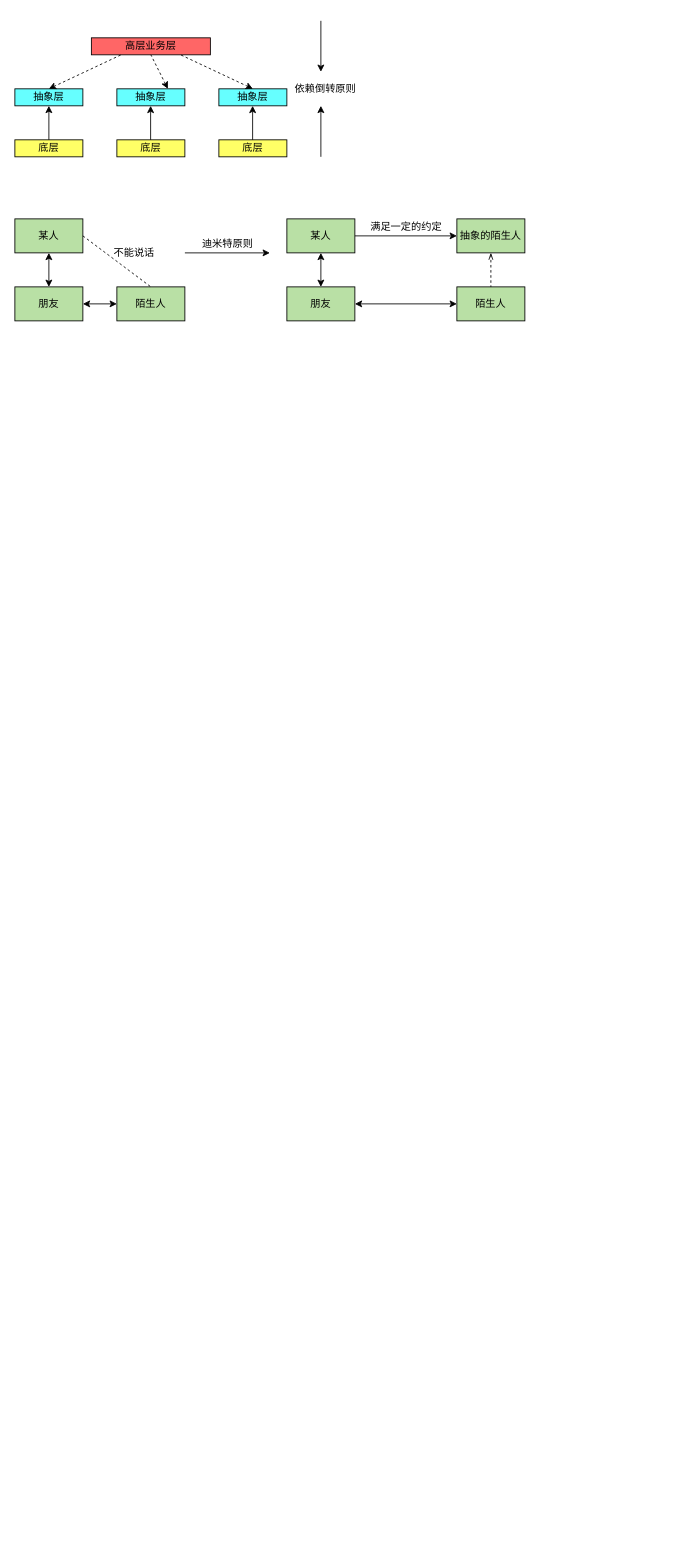
JohnJeep/Learning-CS-Journey keeps this draw.io diagram as DesignPattern/设计模式.drawio. Above is the earlier version. Source tidied: cells renumbered, new cells numbered last; positions are measured from the earlier drawing's top-left corner, leaving out a move shared by most shapes. Both pictures are drawn from the tidied source at 85%, with x=0, y=0 at pixel (14, 20).
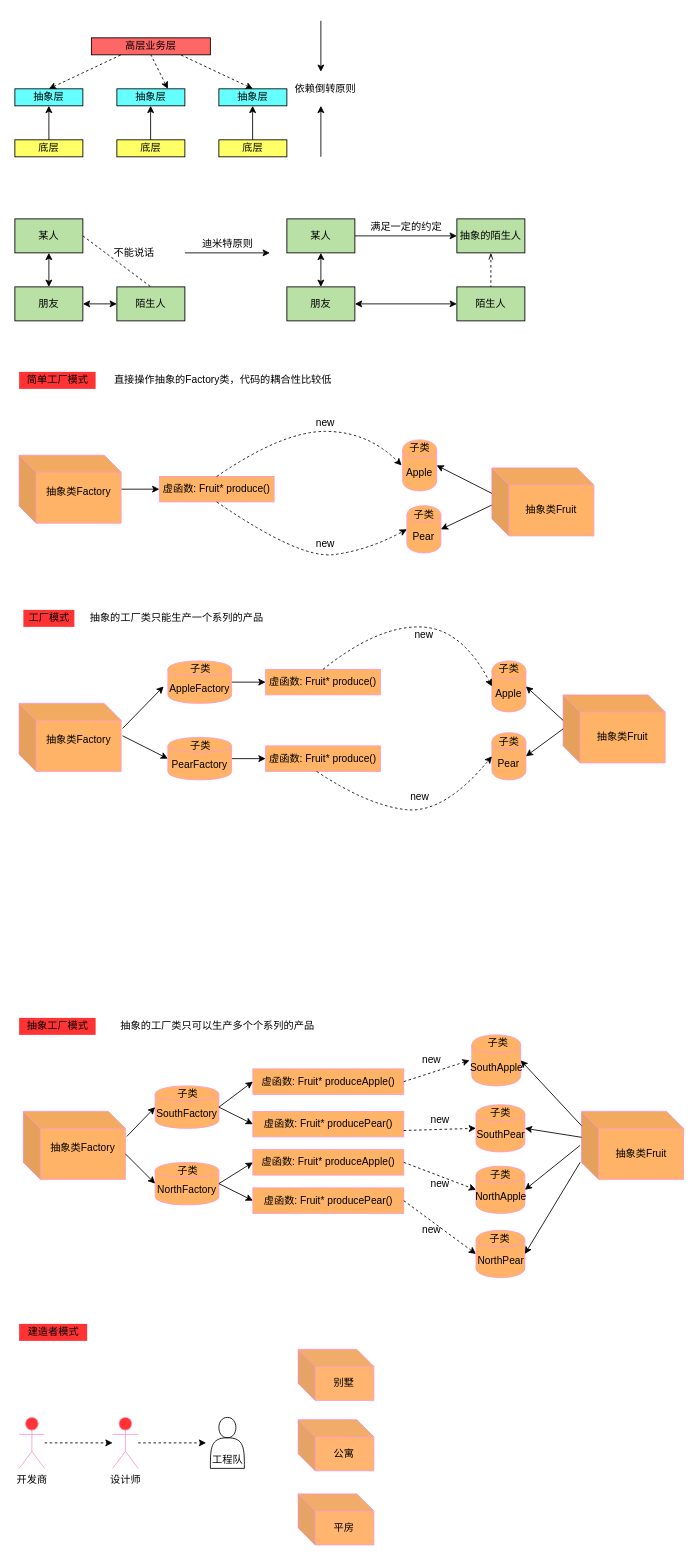
After the change.

The edit, as a diff of the source:
```diff
@@
+    <mxCell id="37" value="简单工厂模式" style="text;html=1;align=center;verticalAlign=middle;fillColor=#FF3333;" parent="1" vertex="1">
+      <mxGeometry x="5" y="413" width="90" height="20" as="geometry" />
+    </mxCell>
+    <mxCell id="38" value="抽象类Fruit" style="shape=cube;whiteSpace=wrap;html=1;boundedLbl=1;backgroundOutline=1;darkOpacity=0.05;darkOpacity2=0.1;fillColor=#FFB366;shadow=0;strokeColor=#FF99CC;" parent="1" vertex="1">
+      <mxGeometry x="561.2" y="526" width="120" height="80" as="geometry" />
+    </mxCell>
+    <mxCell id="39" value="Apple" style="shape=cylinder;whiteSpace=wrap;html=1;boundedLbl=1;backgroundOutline=1;shadow=0;strokeColor=#FF99CC;fillColor=#FFB366;" parent="1" vertex="1">
+      <mxGeometry x="456.2" y="493" width="40" height="60" as="geometry" />
+    </mxCell>
+    <mxCell id="40" value="Pear" style="shape=cylinder;whiteSpace=wrap;html=1;boundedLbl=1;backgroundOutline=1;shadow=0;strokeColor=#FF99CC;fillColor=#FFB366;" parent="1" vertex="1">
+      <mxGeometry x="461.2" y="570.5" width="40" height="55.5" as="geometry" />
+    </mxCell>
+    <mxCell id="41" style="endArrow=classic;html=1;entryX=1;entryY=0.5;entryDx=0;entryDy=0;exitX=0;exitY=0;exitDx=0;exitDy=30;exitPerimeter=0;" parent="1" edge="1" source="38" target="39">
+      <mxGeometry relative="1" as="geometry" />
+    </mxCell>
+    <mxCell id="42" style="endArrow=classic;html=1;exitX=-0.003;exitY=0.548;exitDx=0;exitDy=0;exitPerimeter=0;entryX=1;entryY=0.5;entryDx=0;entryDy=0;" parent="1" edge="1" source="38" target="40">
+      <mxGeometry relative="1" as="geometry" />
+    </mxCell>
+    <mxCell id="43" style="edgeStyle=orthogonalEdgeStyle;rounded=0;jettySize=auto;html=1;" parent="1" edge="1" source="44" target="66">
+      <mxGeometry relative="1" as="geometry" />
+    </mxCell>
+    <mxCell id="44" value="抽象类Factory&lt;br&gt;&lt;div&gt;&lt;br&gt;&lt;/div&gt;" style="shape=cube;whiteSpace=wrap;html=1;boundedLbl=1;backgroundOutline=1;darkOpacity=0.05;darkOpacity2=0.1;fillColor=#FFB366;shadow=0;strokeColor=#FF99CC;" parent="1" vertex="1">
+      <mxGeometry x="5" y="511" width="120" height="80" as="geometry" />
+    </mxCell>
+    <mxCell id="45" value="&lt;div style=&quot;text-align: justify&quot;&gt;&lt;br&gt;&lt;/div&gt;" style="text;html=1;align=center;verticalAlign=middle;spacingTop=0;spacing=5;" parent="1" vertex="1">
+      <mxGeometry x="451.2" y="568" width="30" height="30" as="geometry" />
+    </mxCell>
+    <mxCell id="46" value="new" style="text;html=1;align=center;verticalAlign=middle;" parent="1" vertex="1">
+      <mxGeometry x="345" y="463" width="40" height="20" as="geometry" />
+    </mxCell>
+    <mxCell id="47" value="new" style="text;html=1;align=center;verticalAlign=middle;" parent="1" vertex="1">
+      <mxGeometry x="345" y="606" width="40" height="20" as="geometry" />
+    </mxCell>
+    <mxCell id="48" value="工厂模式" style="text;html=1;align=center;verticalAlign=middle;fillColor=#FF3333;" parent="1" vertex="1">
+      <mxGeometry x="10" y="693" width="60" height="20" as="geometry" />
+    </mxCell>
+    <mxCell id="49" value="抽象类Fruit" style="shape=cube;whiteSpace=wrap;html=1;boundedLbl=1;backgroundOutline=1;darkOpacity=0.05;darkOpacity2=0.1;fillColor=#FFB366;shadow=0;strokeColor=#FF99CC;" parent="1" vertex="1">
+      <mxGeometry x="645" y="793" width="120" height="80" as="geometry" />
+    </mxCell>
+    <mxCell id="50" value="Apple" style="shape=cylinder;whiteSpace=wrap;html=1;boundedLbl=1;backgroundOutline=1;shadow=0;strokeColor=#FF99CC;fillColor=#FFB366;" parent="1" vertex="1">
+      <mxGeometry x="561.2" y="753" width="40" height="60" as="geometry" />
+    </mxCell>
+    <mxCell id="51" value="Pear" style="shape=cylinder;whiteSpace=wrap;html=1;boundedLbl=1;backgroundOutline=1;shadow=0;strokeColor=#FF99CC;fillColor=#FFB366;" parent="1" vertex="1">
+      <mxGeometry x="561.2" y="837.5" width="40" height="55.5" as="geometry" />
+    </mxCell>
+    <mxCell id="52" value="直接操作抽象的Factory类，代码的耦合性比较低" style="text;html=1;align=left;verticalAlign=middle;" parent="1" vertex="1">
+      <mxGeometry x="115" y="413" width="270" height="20" as="geometry" />
+    </mxCell>
+    <mxCell id="53" value="抽象类Factory&lt;br&gt;&lt;div&gt;&lt;br&gt;&lt;/div&gt;" style="shape=cube;whiteSpace=wrap;html=1;boundedLbl=1;backgroundOutline=1;darkOpacity=0.05;darkOpacity2=0.1;fillColor=#FFB366;shadow=0;strokeColor=#FF99CC;" parent="1" vertex="1">
+      <mxGeometry x="5" y="803" width="120" height="80" as="geometry" />
+    </mxCell>
+    <mxCell id="54" style="edgeStyle=orthogonalEdgeStyle;rounded=0;jettySize=auto;html=1;" parent="1" edge="1" source="55" target="67">
+      <mxGeometry relative="1" as="geometry" />
+    </mxCell>
+    <mxCell id="55" value="AppleFactory" style="shape=cylinder;whiteSpace=wrap;html=1;boundedLbl=1;backgroundOutline=1;shadow=0;strokeColor=#FF99CC;fillColor=#FFB366;" parent="1" vertex="1">
+      <mxGeometry x="180" y="753" width="75" height="50" as="geometry" />
+    </mxCell>
+    <mxCell id="56" style="edgeStyle=orthogonalEdgeStyle;rounded=0;jettySize=auto;html=1;" parent="1" edge="1" source="57" target="68">
+      <mxGeometry relative="1" as="geometry" />
+    </mxCell>
+    <mxCell id="57" value="PearFactory" style="shape=cylinder;whiteSpace=wrap;html=1;boundedLbl=1;backgroundOutline=1;shadow=0;strokeColor=#FF99CC;fillColor=#FFB366;" parent="1" vertex="1">
+      <mxGeometry x="180" y="843" width="75" height="50" as="geometry" />
+    </mxCell>
+    <mxCell id="58" value="子类" style="text;html=1;align=center;verticalAlign=middle;" parent="1" vertex="1">
+      <mxGeometry x="197.5" y="843" width="40" height="20" as="geometry" />
+    </mxCell>
+    <mxCell id="59" value="子类" style="text;html=1;align=center;verticalAlign=middle;" parent="1" vertex="1">
+      <mxGeometry x="197.5" y="753" width="40" height="20" as="geometry" />
+    </mxCell>
+    <mxCell id="60" value="子类" style="text;html=1;align=center;verticalAlign=middle;" parent="1" vertex="1">
+      <mxGeometry x="456.2" y="493" width="40" height="20" as="geometry" />
+    </mxCell>
+    <mxCell id="61" value="子类" style="text;html=1;align=center;verticalAlign=middle;" parent="1" vertex="1">
+      <mxGeometry x="461.2" y="571" width="40" height="20" as="geometry" />
+    </mxCell>
+    <mxCell id="62" value="子类" style="text;html=1;align=center;verticalAlign=middle;" parent="1" vertex="1">
+      <mxGeometry x="561.2" y="837.5" width="40" height="20" as="geometry" />
+    </mxCell>
+    <mxCell id="63" value="子类" style="text;html=1;align=center;verticalAlign=middle;" parent="1" vertex="1">
+      <mxGeometry x="561.2" y="753" width="40" height="20" as="geometry" />
+    </mxCell>
+    <mxCell id="64" style="endArrow=classic;html=1;exitX=1.014;exitY=0.369;exitDx=0;exitDy=0;exitPerimeter=0;" parent="1" edge="1" source="53">
+      <mxGeometry relative="1" as="geometry">
+        <mxPoint x="175" y="783" as="targetPoint" />
+      </mxGeometry>
+    </mxCell>
+    <mxCell id="65" style="endArrow=classic;html=1;exitX=1.014;exitY=0.477;exitDx=0;exitDy=0;exitPerimeter=0;entryX=0;entryY=0.5;entryDx=0;entryDy=0;" parent="1" edge="1" source="53" target="57">
+      <mxGeometry relative="1" as="geometry" />
+    </mxCell>
+    <mxCell id="66" value="虚函数: Fruit* produce()" style="rounded=0;whiteSpace=wrap;html=1;shadow=0;strokeColor=#FF99CC;fillColor=#FFB366;" parent="1" vertex="1">
+      <mxGeometry x="170" y="536" width="135" height="30" as="geometry" />
+    </mxCell>
+    <mxCell id="67" value="虚函数: Fruit* produce()" style="rounded=0;whiteSpace=wrap;html=1;shadow=0;strokeColor=#FF99CC;fillColor=#FFB366;" parent="1" vertex="1">
+      <mxGeometry x="295" y="763" width="135" height="30" as="geometry" />
+    </mxCell>
+    <mxCell id="68" value="虚函数: Fruit* produce()" style="rounded=0;whiteSpace=wrap;html=1;shadow=0;strokeColor=#FF99CC;fillColor=#FFB366;" parent="1" vertex="1">
+      <mxGeometry x="295" y="853" width="135" height="30" as="geometry" />
+    </mxCell>
+    <mxCell id="69" value="new" style="text;html=1;align=center;verticalAlign=middle;" parent="1" vertex="1">
+      <mxGeometry x="461.2" y="713" width="40" height="20" as="geometry" />
+    </mxCell>
+    <mxCell id="70" value="new" style="text;html=1;align=center;verticalAlign=middle;" parent="1" vertex="1">
+      <mxGeometry x="456.2" y="903" width="40" height="20" as="geometry" />
+    </mxCell>
+    <mxCell id="71" value="抽象工厂模式" style="text;html=1;align=center;verticalAlign=middle;fillColor=#FF3333;" parent="1" vertex="1">
+      <mxGeometry x="5" y="1173" width="90" height="20" as="geometry" />
+    </mxCell>
+    <mxCell id="72" value="抽象类Fruit" style="shape=cube;whiteSpace=wrap;html=1;boundedLbl=1;backgroundOutline=1;darkOpacity=0.05;darkOpacity2=0.1;fillColor=#FFB366;shadow=0;strokeColor=#FF99CC;" parent="1" vertex="1">
+      <mxGeometry x="666.7" y="1283" width="120" height="80" as="geometry" />
+    </mxCell>
+    <mxCell id="73" value="SouthApple" style="shape=cylinder;whiteSpace=wrap;html=1;boundedLbl=1;backgroundOutline=1;shadow=0;strokeColor=#FF99CC;fillColor=#FFB366;" parent="1" vertex="1">
+      <mxGeometry x="537.5" y="1193" width="57.5" height="60" as="geometry" />
+    </mxCell>
+    <mxCell id="74" value="SouthPear" style="shape=cylinder;whiteSpace=wrap;html=1;boundedLbl=1;backgroundOutline=1;shadow=0;strokeColor=#FF99CC;fillColor=#FFB366;" parent="1" vertex="1">
+      <mxGeometry x="542.5" y="1275.2" width="57.5" height="55.5" as="geometry" />
+    </mxCell>
+    <mxCell id="75" style="endArrow=classic;html=1;entryX=1;entryY=0.5;entryDx=0;entryDy=0;exitX=0;exitY=0.212;exitDx=0;exitDy=0;exitPerimeter=0;" parent="1" edge="1" source="72" target="73">
+      <mxGeometry relative="1" as="geometry" />
+    </mxCell>
+    <mxCell id="76" style="endArrow=classic;html=1;entryX=1;entryY=0.5;entryDx=0;entryDy=0;" parent="1" edge="1" source="72" target="74">
+      <mxGeometry relative="1" as="geometry" />
+    </mxCell>
+    <mxCell id="77" value="抽象类Factory&lt;br&gt;&lt;div&gt;&lt;br&gt;&lt;/div&gt;" style="shape=cube;whiteSpace=wrap;html=1;boundedLbl=1;backgroundOutline=1;darkOpacity=0.05;darkOpacity2=0.1;fillColor=#FFB366;shadow=0;strokeColor=#FF99CC;" parent="1" vertex="1">
+      <mxGeometry x="10" y="1283" width="120" height="80" as="geometry" />
+    </mxCell>
+    <mxCell id="78" value="SouthFactory" style="shape=cylinder;whiteSpace=wrap;html=1;boundedLbl=1;backgroundOutline=1;shadow=0;strokeColor=#FF99CC;fillColor=#FFB366;" parent="1" vertex="1">
+      <mxGeometry x="165" y="1253" width="75" height="50" as="geometry" />
+    </mxCell>
+    <mxCell id="79" value="NorthFactory" style="shape=cylinder;whiteSpace=wrap;html=1;boundedLbl=1;backgroundOutline=1;shadow=0;strokeColor=#FF99CC;fillColor=#FFB366;" parent="1" vertex="1">
+      <mxGeometry x="165" y="1343" width="75" height="50" as="geometry" />
+    </mxCell>
+    <mxCell id="80" value="子类" style="text;html=1;align=center;verticalAlign=middle;" parent="1" vertex="1">
+      <mxGeometry x="182.5" y="1343" width="40" height="20" as="geometry" />
+    </mxCell>
+    <mxCell id="81" value="子类" style="text;html=1;align=center;verticalAlign=middle;" parent="1" vertex="1">
+      <mxGeometry x="182.5" y="1253" width="40" height="20" as="geometry" />
+    </mxCell>
+    <mxCell id="82" value="子类" style="text;html=1;align=center;verticalAlign=middle;" parent="1" vertex="1">
+      <mxGeometry x="551.2" y="1275.2" width="40" height="20" as="geometry" />
+    </mxCell>
+    <mxCell id="83" value="子类" style="text;html=1;align=center;verticalAlign=middle;" parent="1" vertex="1">
+      <mxGeometry x="547.5" y="1193" width="40" height="20" as="geometry" />
+    </mxCell>
+    <mxCell id="84" style="endArrow=classic;html=1;exitX=1.014;exitY=0.369;exitDx=0;exitDy=0;exitPerimeter=0;entryX=0;entryY=0.5;entryDx=0;entryDy=0;" parent="1" edge="1" source="77" target="78">
+      <mxGeometry relative="1" as="geometry" />
+    </mxCell>
+    <mxCell id="85" style="endArrow=classic;html=1;exitX=0;exitY=0;exitDx=120;exitDy=50;exitPerimeter=0;entryX=0;entryY=0.5;entryDx=0;entryDy=0;" parent="1" edge="1" source="77" target="79">
+      <mxGeometry relative="1" as="geometry" />
+    </mxCell>
+    <mxCell id="86" value="虚函数: Fruit* produceApple()" style="rounded=0;whiteSpace=wrap;html=1;shadow=0;strokeColor=#FF99CC;fillColor=#FFB366;" parent="1" vertex="1">
+      <mxGeometry x="280" y="1233" width="177.5" height="30" as="geometry" />
+    </mxCell>
+    <mxCell id="87" value="new" style="text;html=1;align=center;verticalAlign=middle;" parent="1" vertex="1">
+      <mxGeometry x="470" y="1413" width="40" height="20" as="geometry" />
+    </mxCell>
+    <mxCell id="88" value="new" style="text;html=1;align=center;verticalAlign=middle;" parent="1" vertex="1">
+      <mxGeometry x="470" y="1213" width="40" height="20" as="geometry" />
+    </mxCell>
+    <mxCell id="89" value="抽象的工厂类只能生产一个系列的产品" style="text;html=1;align=center;verticalAlign=middle;" parent="1" vertex="1">
+      <mxGeometry x="80" y="693" width="220" height="20" as="geometry" />
+    </mxCell>
+    <mxCell id="90" value="抽象的工厂类只可以生产多个个系列的产品" style="text;html=1;align=center;verticalAlign=middle;" parent="1" vertex="1">
+      <mxGeometry x="117.5" y="1173" width="240" height="20" as="geometry" />
+    </mxCell>
+    <mxCell id="91" value="虚函数: Fruit* producePear()" style="rounded=0;whiteSpace=wrap;html=1;shadow=0;strokeColor=#FF99CC;fillColor=#FFB366;" parent="1" vertex="1">
+      <mxGeometry x="280" y="1283" width="177.5" height="30" as="geometry" />
+    </mxCell>
+    <mxCell id="92" value="虚函数: Fruit* produceApple()" style="rounded=0;whiteSpace=wrap;html=1;shadow=0;strokeColor=#FF99CC;fillColor=#FFB366;" parent="1" vertex="1">
+      <mxGeometry x="280" y="1328" width="177.5" height="30" as="geometry" />
+    </mxCell>
+    <mxCell id="93" value="虚函数: Fruit* producePear()" style="rounded=0;whiteSpace=wrap;html=1;shadow=0;strokeColor=#FF99CC;fillColor=#FFB366;" parent="1" vertex="1">
+      <mxGeometry x="280" y="1373" width="177.5" height="30" as="geometry" />
+    </mxCell>
+    <mxCell id="94" style="endArrow=classic;html=1;exitX=1;exitY=0.5;exitDx=0;exitDy=0;entryX=0;entryY=0.5;entryDx=0;entryDy=0;" parent="1" edge="1" source="78" target="86">
+      <mxGeometry relative="1" as="geometry" />
+    </mxCell>
+    <mxCell id="95" style="endArrow=classic;html=1;exitX=1;exitY=0.5;exitDx=0;exitDy=0;entryX=0;entryY=0.5;entryDx=0;entryDy=0;" parent="1" edge="1" source="78" target="91">
+      <mxGeometry relative="1" as="geometry" />
+    </mxCell>
+    <mxCell id="96" style="endArrow=classic;html=1;exitX=1;exitY=0.5;exitDx=0;exitDy=0;entryX=0;entryY=0.5;entryDx=0;entryDy=0;" parent="1" edge="1" source="79" target="92">
+      <mxGeometry relative="1" as="geometry" />
+    </mxCell>
+    <mxCell id="97" style="endArrow=classic;html=1;exitX=1;exitY=0.5;exitDx=0;exitDy=0;entryX=0;entryY=0.5;entryDx=0;entryDy=0;" parent="1" edge="1" source="79" target="93">
+      <mxGeometry relative="1" as="geometry" />
+    </mxCell>
+    <mxCell id="98" style="endArrow=classic;dashed=1;html=1;exitX=1;exitY=0.5;exitDx=0;exitDy=0;startArrow=none;startFill=0;endFill=1;" parent="1" edge="1" source="86">
+      <mxGeometry relative="1" as="geometry">
+        <mxPoint x="535" y="1223" as="targetPoint" />
+      </mxGeometry>
+    </mxCell>
+    <mxCell id="99" style="endArrow=classic;dashed=1;html=1;exitX=1;exitY=0.5;exitDx=0;exitDy=0;endFill=1;entryX=0;entryY=0.5;entryDx=0;entryDy=0;" parent="1" edge="1" source="92" target="104">
+      <mxGeometry relative="1" as="geometry" />
+    </mxCell>
+    <mxCell id="100" style="endArrow=classic;dashed=1;html=1;exitX=1;exitY=0.75;exitDx=0;exitDy=0;entryX=0;entryY=0.5;entryDx=0;entryDy=0;endFill=1;" parent="1" edge="1" source="91" target="74">
+      <mxGeometry relative="1" as="geometry" />
+    </mxCell>
+    <mxCell id="101" style="endArrow=classic;dashed=1;html=1;exitX=1;exitY=0.5;exitDx=0;exitDy=0;endFill=1;entryX=0;entryY=0.5;entryDx=0;entryDy=0;" parent="1" edge="1" source="93" target="106">
+      <mxGeometry relative="1" as="geometry" />
+    </mxCell>
+    <mxCell id="102" value="new" style="text;html=1;align=center;verticalAlign=middle;" parent="1" vertex="1">
+      <mxGeometry x="480" y="1283" width="40" height="20" as="geometry" />
+    </mxCell>
+    <mxCell id="103" value="new" style="text;html=1;align=center;verticalAlign=middle;" parent="1" vertex="1">
+      <mxGeometry x="480" y="1358" width="40" height="20" as="geometry" />
+    </mxCell>
+    <mxCell id="104" value="NorthApple" style="shape=cylinder;whiteSpace=wrap;html=1;boundedLbl=1;backgroundOutline=1;shadow=0;strokeColor=#FF99CC;fillColor=#FFB366;" parent="1" vertex="1">
+      <mxGeometry x="542.5" y="1347.5" width="57.5" height="55.5" as="geometry" />
+    </mxCell>
+    <mxCell id="105" value="子类" style="text;html=1;align=center;verticalAlign=middle;" parent="1" vertex="1">
+      <mxGeometry x="551.2" y="1347.5" width="40" height="20" as="geometry" />
+    </mxCell>
+    <mxCell id="106" value="NorthPear" style="shape=cylinder;whiteSpace=wrap;html=1;boundedLbl=1;backgroundOutline=1;shadow=0;strokeColor=#FF99CC;fillColor=#FFB366;" parent="1" vertex="1">
+      <mxGeometry x="542.5" y="1423" width="57.5" height="55.5" as="geometry" />
+    </mxCell>
+    <mxCell id="107" value="子类" style="text;html=1;align=center;verticalAlign=middle;" parent="1" vertex="1">
+      <mxGeometry x="550" y="1423" width="40" height="20" as="geometry" />
+    </mxCell>
+    <mxCell id="108" style="endArrow=classic;html=1;entryX=1;entryY=0.5;entryDx=0;entryDy=0;" parent="1" edge="1" target="106">
+      <mxGeometry relative="1" as="geometry">
+        <mxPoint x="665" y="1343" as="sourcePoint" />
+      </mxGeometry>
+    </mxCell>
+    <mxCell id="109" style="endArrow=classic;html=1;entryX=1;entryY=0.5;entryDx=0;entryDy=0;" parent="1" edge="1" target="104">
+      <mxGeometry relative="1" as="geometry">
+        <mxPoint x="665" y="1323" as="sourcePoint" />
+      </mxGeometry>
+    </mxCell>
+    <mxCell id="110" style="curved=1;endArrow=classic;html=1;exitX=0.5;exitY=0;exitDx=0;exitDy=0;dashed=1;" parent="1" edge="1" source="66">
+      <mxGeometry relative="1" as="geometry">
+        <mxPoint x="455" y="523" as="targetPoint" />
+        <Array as="points">
+          <mxPoint x="315" y="483" />
+          <mxPoint x="415" y="483" />
+        </Array>
+      </mxGeometry>
+    </mxCell>
+    <mxCell id="111" style="curved=1;endArrow=classic;html=1;exitX=0.5;exitY=1;exitDx=0;exitDy=0;entryX=0;entryY=0.5;entryDx=0;entryDy=0;dashed=1;" parent="1" edge="1" source="66" target="40">
+      <mxGeometry relative="1" as="geometry">
+        <Array as="points">
+          <mxPoint x="335" y="633" />
+          <mxPoint x="415" y="623" />
+        </Array>
+      </mxGeometry>
+    </mxCell>
+    <mxCell id="112" style="endArrow=classic;html=1;entryX=1;entryY=0.5;entryDx=0;entryDy=0;exitX=0;exitY=0;exitDx=0;exitDy=30;exitPerimeter=0;" parent="1" edge="1" source="49" target="50">
+      <mxGeometry relative="1" as="geometry" />
+    </mxCell>
+    <mxCell id="113" style="endArrow=classic;html=1;entryX=1;entryY=0.5;entryDx=0;entryDy=0;exitX=0;exitY=0.5;exitDx=0;exitDy=0;exitPerimeter=0;" parent="1" edge="1" source="49" target="51">
+      <mxGeometry relative="1" as="geometry" />
+    </mxCell>
+    <mxCell id="114" style="curved=1;endArrow=classic;html=1;exitX=0.5;exitY=0;exitDx=0;exitDy=0;entryX=0;entryY=0.5;entryDx=0;entryDy=0;dashed=1;" parent="1" edge="1" source="67" target="50">
+      <mxGeometry relative="1" as="geometry">
+        <Array as="points">
+          <mxPoint x="425" y="713" />
+          <mxPoint x="525" y="713" />
+        </Array>
+      </mxGeometry>
+    </mxCell>
+    <mxCell id="115" style="curved=1;endArrow=classic;html=1;exitX=0.444;exitY=1;exitDx=0;exitDy=0;exitPerimeter=0;entryX=0;entryY=0.5;entryDx=0;entryDy=0;dashed=1;" parent="1" edge="1" source="68" target="51">
+      <mxGeometry relative="1" as="geometry">
+        <Array as="points">
+          <mxPoint x="415" y="923" />
+          <mxPoint x="505" y="933" />
+        </Array>
+      </mxGeometry>
+    </mxCell>
+    <mxCell id="116" value="建造者模式" style="text;html=1;align=center;verticalAlign=middle;fillColor=#FF3333;shadow=0;" parent="1" vertex="1">
+      <mxGeometry x="5" y="1533" width="80" height="20" as="geometry" />
+    </mxCell>
+    <mxCell id="117" style="edgeStyle=orthogonalEdgeStyle;rounded=0;jettySize=auto;html=1;dashed=1;startArrow=none;startFill=0;endArrow=classic;endFill=1;" parent="1" edge="1" source="118" target="120">
+      <mxGeometry relative="1" as="geometry" />
+    </mxCell>
+    <mxCell id="118" value="开发商" style="shape=umlActor;verticalLabelPosition=bottom;labelBackgroundColor=#ffffff;verticalAlign=top;html=1;outlineConnect=0;shadow=0;strokeColor=#FF99CC;fillColor=#FF3333;" parent="1" vertex="1">
+      <mxGeometry x="5" y="1643" width="30" height="60" as="geometry" />
+    </mxCell>
+    <mxCell id="119" style="edgeStyle=orthogonalEdgeStyle;rounded=0;jettySize=auto;html=1;dashed=1;startArrow=none;startFill=0;endArrow=classic;endFill=1;" parent="1" edge="1" source="120">
+      <mxGeometry relative="1" as="geometry">
+        <mxPoint x="225" y="1673" as="targetPoint" />
+      </mxGeometry>
+    </mxCell>
+    <mxCell id="120" value="设计师" style="shape=umlActor;verticalLabelPosition=bottom;labelBackgroundColor=#ffffff;verticalAlign=top;html=1;outlineConnect=0;shadow=0;strokeColor=#FF99CC;fillColor=#FF3333;" parent="1" vertex="1">
+      <mxGeometry x="115" y="1643" width="30" height="60" as="geometry" />
+    </mxCell>
+    <mxCell id="121" value="别墅" style="shape=cube;whiteSpace=wrap;html=1;boundedLbl=1;backgroundOutline=1;darkOpacity=0.05;darkOpacity2=0.1;shadow=0;strokeColor=#FF99CC;fillColor=#FFB570;" parent="1" vertex="1">
+      <mxGeometry x="333.3" y="1563" width="89" height="60" as="geometry" />
+    </mxCell>
+    <mxCell id="122" style="shape=actor;whiteSpace=wrap;html=1;shadow=0;strokeColor=#000000;fillColor=#FFFFFF;" parent="1" vertex="1">
+      <mxGeometry x="230" y="1643" width="40" height="60" as="geometry" />
+    </mxCell>
+    <mxCell id="123" value="工程队" style="text;html=1;align=center;verticalAlign=middle;" parent="1" vertex="1">
+      <mxGeometry x="225" y="1683" width="50" height="20" as="geometry" />
+    </mxCell>
+    <mxCell id="124" value="平房" style="shape=cube;whiteSpace=wrap;html=1;boundedLbl=1;backgroundOutline=1;darkOpacity=0.05;darkOpacity2=0.1;shadow=0;strokeColor=#FF99CC;fillColor=#FFB570;" parent="1" vertex="1">
+      <mxGeometry x="333.3" y="1733" width="89" height="60" as="geometry" />
+    </mxCell>
+    <mxCell id="125" value="公寓" style="shape=cube;whiteSpace=wrap;html=1;boundedLbl=1;backgroundOutline=1;darkOpacity=0.05;darkOpacity2=0.1;shadow=0;strokeColor=#FF99CC;fillColor=#FFB570;" parent="1" vertex="1">
+      <mxGeometry x="333.3" y="1645.8" width="89" height="60" as="geometry" />
+    </mxCell>
```
